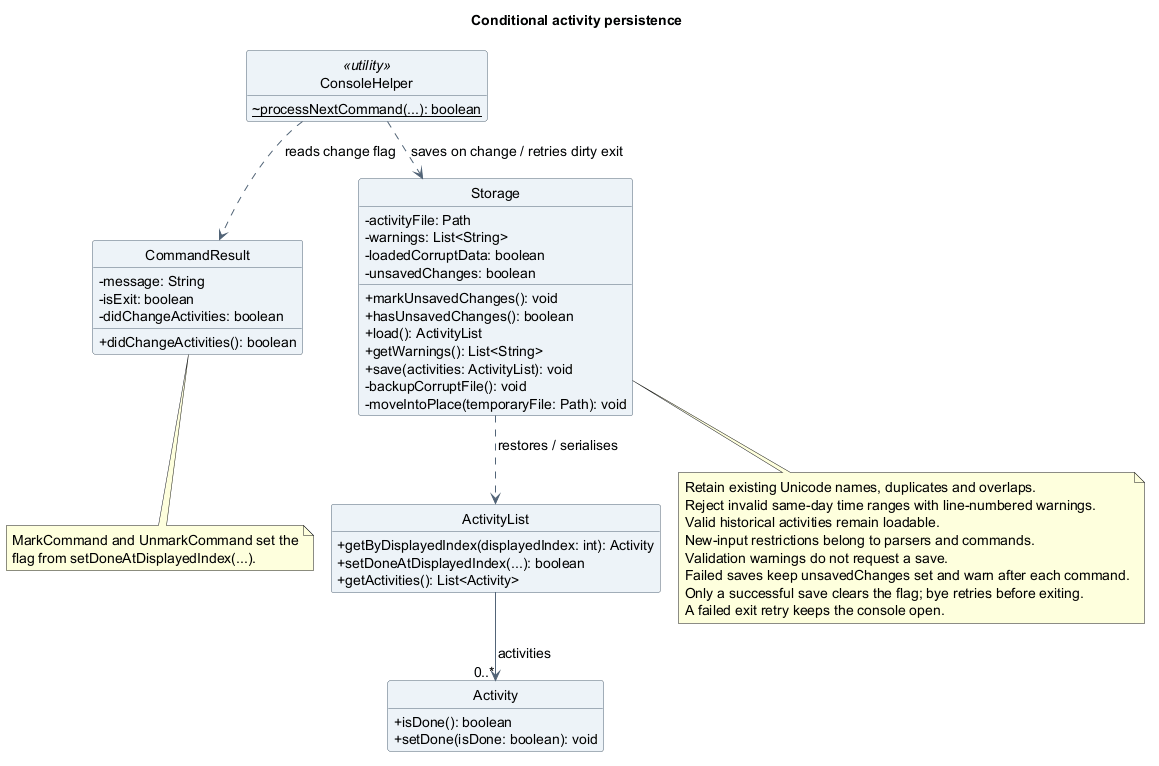
Earlier version of the PlantUML export docs/images/oliver/class/ActivityPersistenceClassDiagram.png (AY2627S1-CS2113-T10-4/tp).
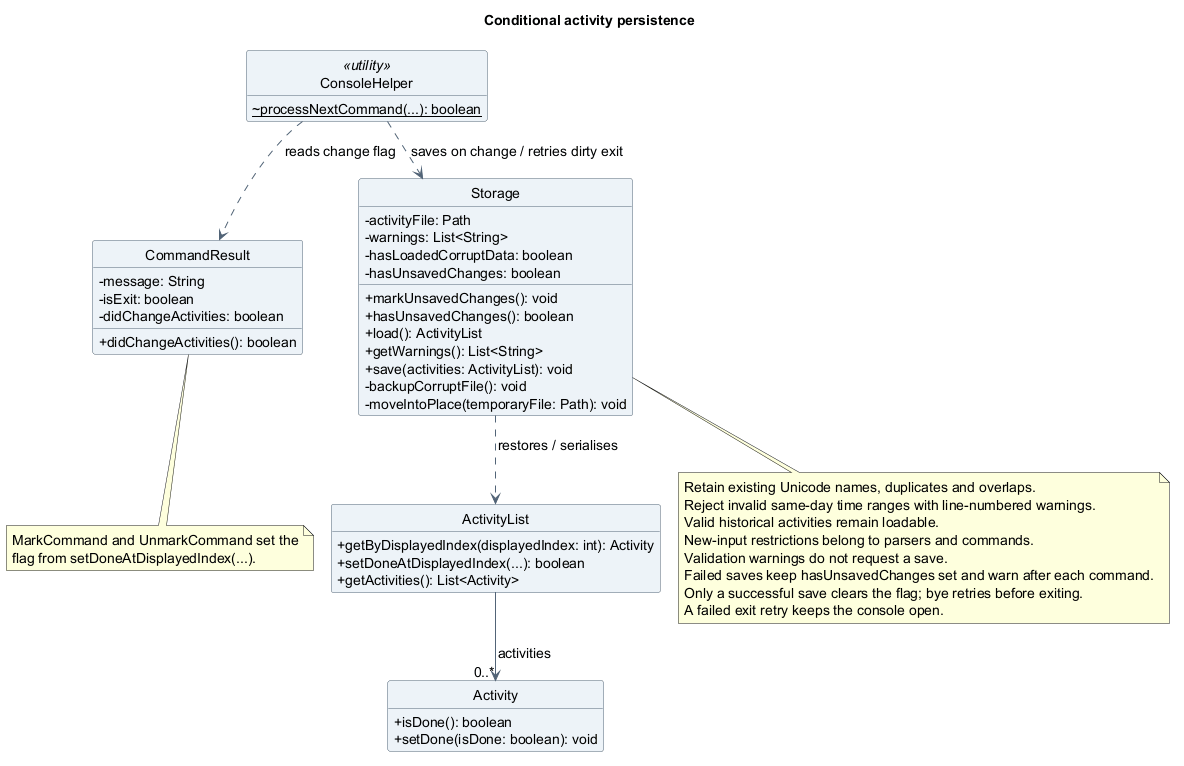
After the change.

Change to the diagram source:
```diff
@@ -24,8 +24,8 @@
 class Storage {
   -activityFile: Path
   -warnings: List<String>
-  -loadedCorruptData: boolean
-  -unsavedChanges: boolean
+  -hasLoadedCorruptData: boolean
+  -hasUnsavedChanges: boolean
   +markUnsavedChanges(): void
   +hasUnsavedChanges(): boolean
   +load(): ActivityList
@@ -59,7 +59,7 @@
   Valid historical activities remain loadable.
   New-input restrictions belong to parsers and commands.
   Validation warnings do not request a save.
-  Failed saves keep unsavedChanges set and warn after each command.
+  Failed saves keep hasUnsavedChanges set and warn after each command.
   Only a successful save clears the flag; bye retries before exiting.
   A failed exit retry keeps the console open.
 end note
```
